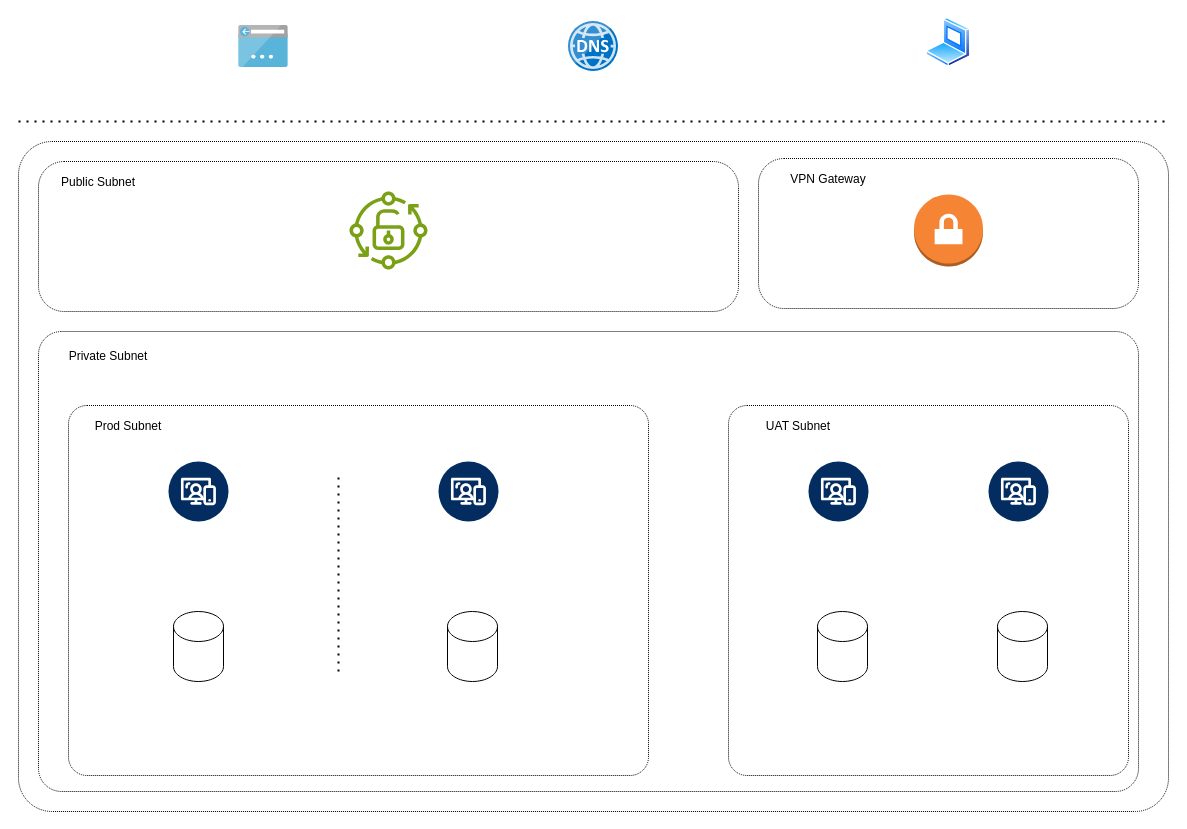
Above: Untitled Diagram.drawio in toysavi/alibaba_sample (draw.io), before the change. Source tidied: cells renumbered, new cells numbered last; positions are measured from the earlier drawing's top-left corner, leaving out a move shared by most shapes. Both pictures are drawn from the tidied source at 100%, with x=0, y=0 at pixel (18, 17).
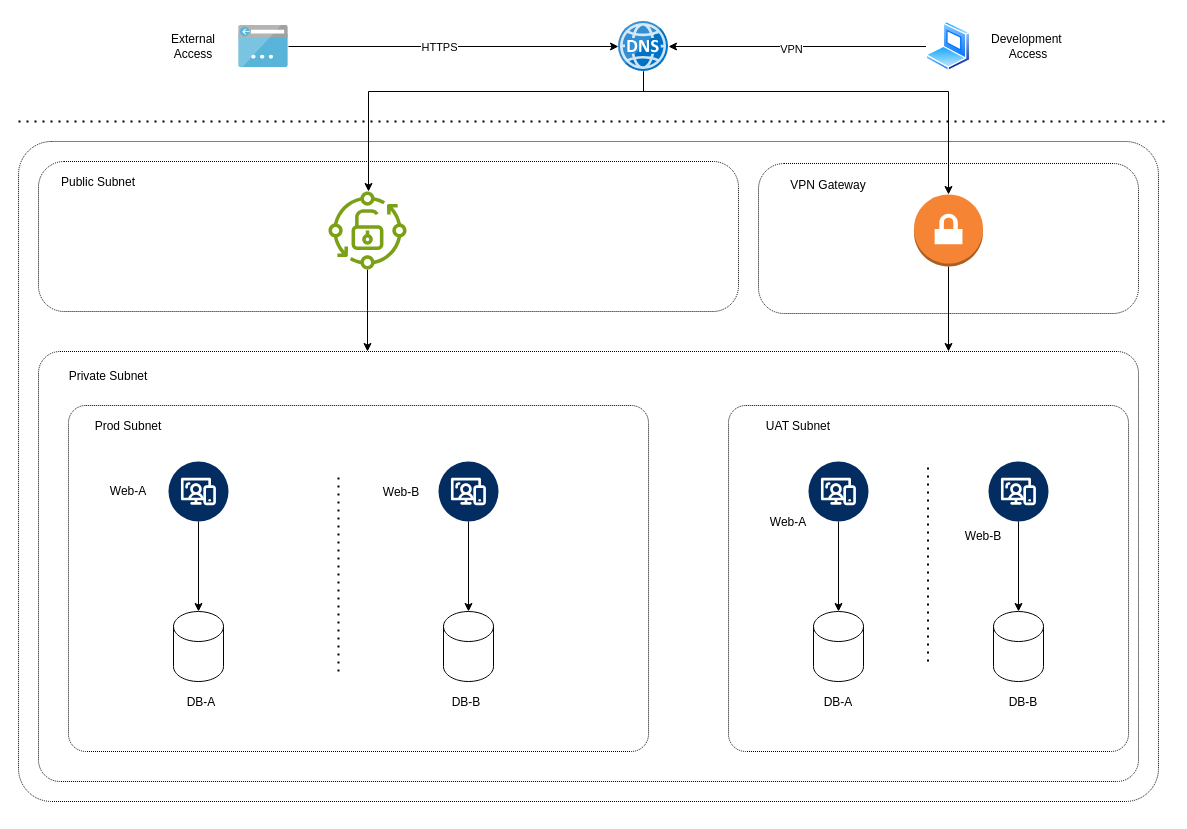
The same diagram, later.

The change refers to these unchanged cells:
```xml
<mxCell id="9" style="shape=cylinder3;whiteSpace=wrap;html=1;boundedLbl=1;backgroundOutline=1;size=15;" parent="1" vertex="1">
  <mxGeometry x="155" y="594" width="50" height="70" as="geometry" />
</mxCell>
<mxCell id="11" style="verticalLabelPosition=bottom;html=1;shape=mxgraph.salesforce.web2;" parent="1" vertex="1">
  <mxGeometry x="150" y="444" width="60" height="60" as="geometry" />
</mxCell>
<mxCell id="12" style="verticalLabelPosition=bottom;html=1;shape=mxgraph.salesforce.web2;" parent="1" vertex="1">
  <mxGeometry x="420" y="444" width="60" height="60" as="geometry" />
</mxCell>
<mxCell id="14" style="verticalLabelPosition=bottom;html=1;shape=mxgraph.salesforce.web2;" parent="1" vertex="1">
  <mxGeometry x="970" y="444" width="60" height="60" as="geometry" />
</mxCell>
<mxCell id="17" style="outlineConnect=0;dashed=0;verticalLabelPosition=bottom;verticalAlign=top;align=center;html=1;shape=mxgraph.aws3.vpn_gateway;fillColor=#F58534;gradientColor=none;" parent="1" vertex="1">
  <mxGeometry x="895.5" y="177" width="69" height="72" as="geometry" />
</mxCell>
<mxCell id="22" style="verticalLabelPosition=bottom;html=1;shape=mxgraph.salesforce.web2;" parent="1" vertex="1">
  <mxGeometry x="790" y="444" width="60" height="60" as="geometry" />
</mxCell>
<mxCell id="24" style="image;sketch=0;html=1;points=[];align=center;fontSize=12;image=img/lib/mscae/App_Service_IPAddress.svg;" parent="1" vertex="1">
  <mxGeometry x="220" y="8" width="50" height="42" as="geometry" />
</mxCell>
```

The edit, as a diff of the source:
```diff
@@
     <mxCell id="2" style="rounded=1;whiteSpace=wrap;html=1;fillColor=none;dashed=1;dashPattern=1 1;arcSize=5;" parent="1" vertex="1">
-      <mxGeometry y="124" width="1150" height="670" as="geometry" />
+      <mxGeometry y="124" width="1140" height="660" as="geometry" />
     </mxCell>
     <mxCell id="3" style="rounded=1;whiteSpace=wrap;html=1;fillColor=none;dashed=1;dashPattern=1 1;arcSize=17;" parent="1" vertex="1">
-      <mxGeometry x="740" y="141" width="380" height="150" as="geometry" />
+      <mxGeometry x="740" y="146" width="380" height="150" as="geometry" />
     </mxCell>
@@
     <mxCell id="5" style="rounded=1;whiteSpace=wrap;html=1;fillColor=none;dashed=1;dashPattern=1 1;arcSize=5;" parent="1" vertex="1">
-      <mxGeometry x="20" y="314" width="1100" height="460" as="geometry" />
+      <mxGeometry x="20" y="334" width="1100" height="430" as="geometry" />
     </mxCell>
     <mxCell id="6" style="rounded=1;whiteSpace=wrap;html=1;fillColor=none;dashed=1;dashPattern=1 1;arcSize=5;" parent="1" vertex="1">
-      <mxGeometry x="50" y="388" width="580" height="370" as="geometry" />
+      <mxGeometry x="50" y="388" width="580" height="346" as="geometry" />
     </mxCell>
     <mxCell id="7" style="rounded=1;whiteSpace=wrap;html=1;fillColor=none;dashed=1;dashPattern=1 1;arcSize=5;" parent="1" vertex="1">
-      <mxGeometry x="710" y="388" width="400" height="370" as="geometry" />
+      <mxGeometry x="710" y="388" width="400" height="346" as="geometry" />
     </mxCell>
@@
     <mxCell id="10" style="shape=cylinder3;whiteSpace=wrap;html=1;boundedLbl=1;backgroundOutline=1;size=15;" parent="1" vertex="1">
-      <mxGeometry x="429" y="594" width="50" height="70" as="geometry" />
+      <mxGeometry x="425" y="594" width="50" height="70" as="geometry" />
     </mxCell>
@@
     <mxCell id="13" style="shape=cylinder3;whiteSpace=wrap;html=1;boundedLbl=1;backgroundOutline=1;size=15;" parent="1" vertex="1">
-      <mxGeometry x="979" y="594" width="50" height="70" as="geometry" />
+      <mxGeometry x="975" y="594" width="50" height="70" as="geometry" />
     </mxCell>
@@
+    <mxCell id="29" style="edgeStyle=orthogonalEdgeStyle;rounded=0;jettySize=auto;html=1;" parent="1" edge="1" source="16">
+      <mxGeometry relative="1" as="geometry">
+        <mxPoint x="349" y="334" as="targetPoint" />
+      </mxGeometry>
+    </mxCell>
     <mxCell id="16" style="sketch=0;outlineConnect=0;fontColor=#232F3E;gradientColor=none;fillColor=#7AA116;strokeColor=none;dashed=0;verticalLabelPosition=bottom;verticalAlign=top;align=center;html=1;fontSize=12;fontStyle=0;shape=mxgraph.aws4.iot_greengrass_component_public;" parent="1" vertex="1">
-      <mxGeometry x="331" y="174" width="78" height="78" as="geometry" />
+      <mxGeometry x="310" y="174" width="78" height="78" as="geometry" />
     </mxCell>
+    <mxCell id="30" style="edgeStyle=orthogonalEdgeStyle;rounded=0;jettySize=auto;html=1;" parent="1" edge="1" source="17">
+      <mxGeometry relative="1" as="geometry">
+        <mxPoint x="930" y="334" as="targetPoint" />
+      </mxGeometry>
+    </mxCell>
@@
     <mxCell id="19" value="Private Subnet" style="text;html=1;align=center;verticalAlign=middle;whiteSpace=wrap;rounded=0;" parent="1" vertex="1">
-      <mxGeometry x="30" y="324" width="120" height="30" as="geometry" />
+      <mxGeometry x="30" y="344" width="120" height="30" as="geometry" />
     </mxCell>
@@
+    <mxCell id="31" style="edgeStyle=orthogonalEdgeStyle;rounded=0;jettySize=auto;html=1;" parent="1" edge="1" source="22" target="23">
+      <mxGeometry relative="1" as="geometry" />
+    </mxCell>
@@
     <mxCell id="23" style="shape=cylinder3;whiteSpace=wrap;html=1;boundedLbl=1;backgroundOutline=1;size=15;" parent="1" vertex="1">
-      <mxGeometry x="799" y="594" width="50" height="70" as="geometry" />
+      <mxGeometry x="795" y="594" width="50" height="70" as="geometry" />
     </mxCell>
+    <mxCell id="32" style="edgeStyle=orthogonalEdgeStyle;rounded=0;jettySize=auto;html=1;" parent="1" edge="1" source="24" target="25">
+      <mxGeometry relative="1" as="geometry" />
+    </mxCell>
+    <mxCell id="33" value="HTTPS" style="edgeLabel;html=1;align=center;verticalAlign=middle;" parent="32" vertex="1">
+      <mxGeometry x="-0.48" y="-3" relative="1" as="geometry">
+        <mxPoint x="64" y="-3" as="offset" />
+      </mxGeometry>
+    </mxCell>
@@
+    <mxCell id="34" style="edgeStyle=orthogonalEdgeStyle;rounded=0;jettySize=auto;html=1;" parent="1" edge="1" source="25" target="16">
+      <mxGeometry relative="1" as="geometry">
+        <Array as="points">
+          <mxPoint x="625" y="74" />
+          <mxPoint x="350" y="74" />
+        </Array>
+      </mxGeometry>
+    </mxCell>
     <mxCell id="25" style="image;sketch=0;html=1;points=[];align=center;fontSize=12;image=img/lib/mscae/DNS.svg;" parent="1" vertex="1">
-      <mxGeometry x="550" y="4" width="50" height="50" as="geometry" />
+      <mxGeometry x="600" y="4" width="50" height="50" as="geometry" />
     </mxCell>
     <mxCell id="26" style="image;perimeter=ellipsePerimeter;html=1;align=center;shadow=0;dashed=0;spacingTop=3;image=img/lib/active_directory/laptop_client.svg;" parent="1" vertex="1">
-      <mxGeometry x="907.5" width="45" height="50" as="geometry" />
+      <mxGeometry x="907.5" y="4" width="45" height="50" as="geometry" />
     </mxCell>
     <mxCell id="27" value="VPN Gateway" style="text;html=1;align=center;verticalAlign=middle;whiteSpace=wrap;rounded=0;" parent="1" vertex="1">
-      <mxGeometry x="750" y="147" width="120" height="30" as="geometry" />
+      <mxGeometry x="750" y="153" width="120" height="30" as="geometry" />
     </mxCell>
@@
+    <mxCell id="35" style="edgeStyle=orthogonalEdgeStyle;rounded=0;jettySize=auto;html=1;entryX=0.5;entryY=0;entryDx=0;entryDy=0;entryPerimeter=0;" parent="1" edge="1" source="25" target="17">
+      <mxGeometry relative="1" as="geometry">
+        <Array as="points">
+          <mxPoint x="625" y="74" />
+          <mxPoint x="930" y="74" />
+        </Array>
+      </mxGeometry>
+    </mxCell>
+    <mxCell id="36" style="edgeStyle=orthogonalEdgeStyle;rounded=0;jettySize=auto;html=1;" parent="1" edge="1" source="26" target="25">
+      <mxGeometry relative="1" as="geometry" />
+    </mxCell>
+    <mxCell id="37" value="VPN" style="edgeLabel;html=1;align=center;verticalAlign=middle;" parent="36" vertex="1">
+      <mxGeometry x="0.04" y="2" relative="1" as="geometry">
+        <mxPoint x="-1" as="offset" />
+      </mxGeometry>
+    </mxCell>
+    <mxCell id="38" style="edgeStyle=orthogonalEdgeStyle;rounded=0;jettySize=auto;html=1;entryX=0.5;entryY=0;entryDx=0;entryDy=0;entryPerimeter=0;" parent="1" edge="1" source="11" target="9">
+      <mxGeometry relative="1" as="geometry" />
+    </mxCell>
+    <mxCell id="39" style="edgeStyle=orthogonalEdgeStyle;rounded=0;jettySize=auto;html=1;entryX=0.5;entryY=0;entryDx=0;entryDy=0;entryPerimeter=0;" parent="1" edge="1" source="12" target="10">
+      <mxGeometry relative="1" as="geometry" />
+    </mxCell>
+    <mxCell id="40" style="endArrow=none;dashed=1;html=1;dashPattern=1 3;strokeWidth=2;rounded=0;" parent="1" edge="1">
+      <mxGeometry relative="1" as="geometry">
+        <mxPoint x="909.5" y="644" as="sourcePoint" />
+        <mxPoint x="909.5" y="444" as="targetPoint" />
+      </mxGeometry>
+    </mxCell>
+    <mxCell id="41" style="edgeStyle=orthogonalEdgeStyle;rounded=0;jettySize=auto;html=1;entryX=0.5;entryY=0;entryDx=0;entryDy=0;entryPerimeter=0;" parent="1" edge="1" source="14" target="13">
+      <mxGeometry relative="1" as="geometry" />
+    </mxCell>
+    <mxCell id="42" value="External Access" style="text;html=1;align=center;verticalAlign=middle;whiteSpace=wrap;rounded=0;" parent="1" vertex="1">
+      <mxGeometry x="140" y="14" width="70" height="30" as="geometry" />
+    </mxCell>
+    <mxCell id="43" value="Development&amp;nbsp; Access" style="text;html=1;align=center;verticalAlign=middle;whiteSpace=wrap;rounded=0;" parent="1" vertex="1">
+      <mxGeometry x="975" y="14" width="70" height="30" as="geometry" />
+    </mxCell>
+    <mxCell id="44" value="Web-A" style="text;html=1;align=center;verticalAlign=middle;whiteSpace=wrap;rounded=0;" parent="1" vertex="1">
+      <mxGeometry x="50" y="459" width="120" height="30" as="geometry" />
+    </mxCell>
+    <mxCell id="45" value="Web-B" style="text;html=1;align=center;verticalAlign=middle;whiteSpace=wrap;rounded=0;" parent="1" vertex="1">
+      <mxGeometry x="323" y="460" width="120" height="30" as="geometry" />
+    </mxCell>
+    <mxCell id="46" value="DB-A" style="text;html=1;align=center;verticalAlign=middle;whiteSpace=wrap;rounded=0;" parent="1" vertex="1">
+      <mxGeometry x="123" y="670" width="120" height="30" as="geometry" />
+    </mxCell>
+    <mxCell id="47" value="DB-B" style="text;html=1;align=center;verticalAlign=middle;whiteSpace=wrap;rounded=0;" parent="1" vertex="1">
+      <mxGeometry x="388" y="670" width="120" height="30" as="geometry" />
+    </mxCell>
+    <mxCell id="48" value="DB-B" style="text;html=1;align=center;verticalAlign=middle;whiteSpace=wrap;rounded=0;" parent="1" vertex="1">
+      <mxGeometry x="945" y="670" width="120" height="30" as="geometry" />
+    </mxCell>
+    <mxCell id="49" value="DB-A" style="text;html=1;align=center;verticalAlign=middle;whiteSpace=wrap;rounded=0;" parent="1" vertex="1">
+      <mxGeometry x="760" y="670" width="120" height="30" as="geometry" />
+    </mxCell>
+    <mxCell id="50" value="Web-A" style="text;html=1;align=center;verticalAlign=middle;whiteSpace=wrap;rounded=0;" parent="1" vertex="1">
+      <mxGeometry x="710" y="490" width="120" height="30" as="geometry" />
+    </mxCell>
+    <mxCell id="51" value="Web-B" style="text;html=1;align=center;verticalAlign=middle;whiteSpace=wrap;rounded=0;" parent="1" vertex="1">
+      <mxGeometry x="905" y="504" width="120" height="30" as="geometry" />
+    </mxCell>
```
